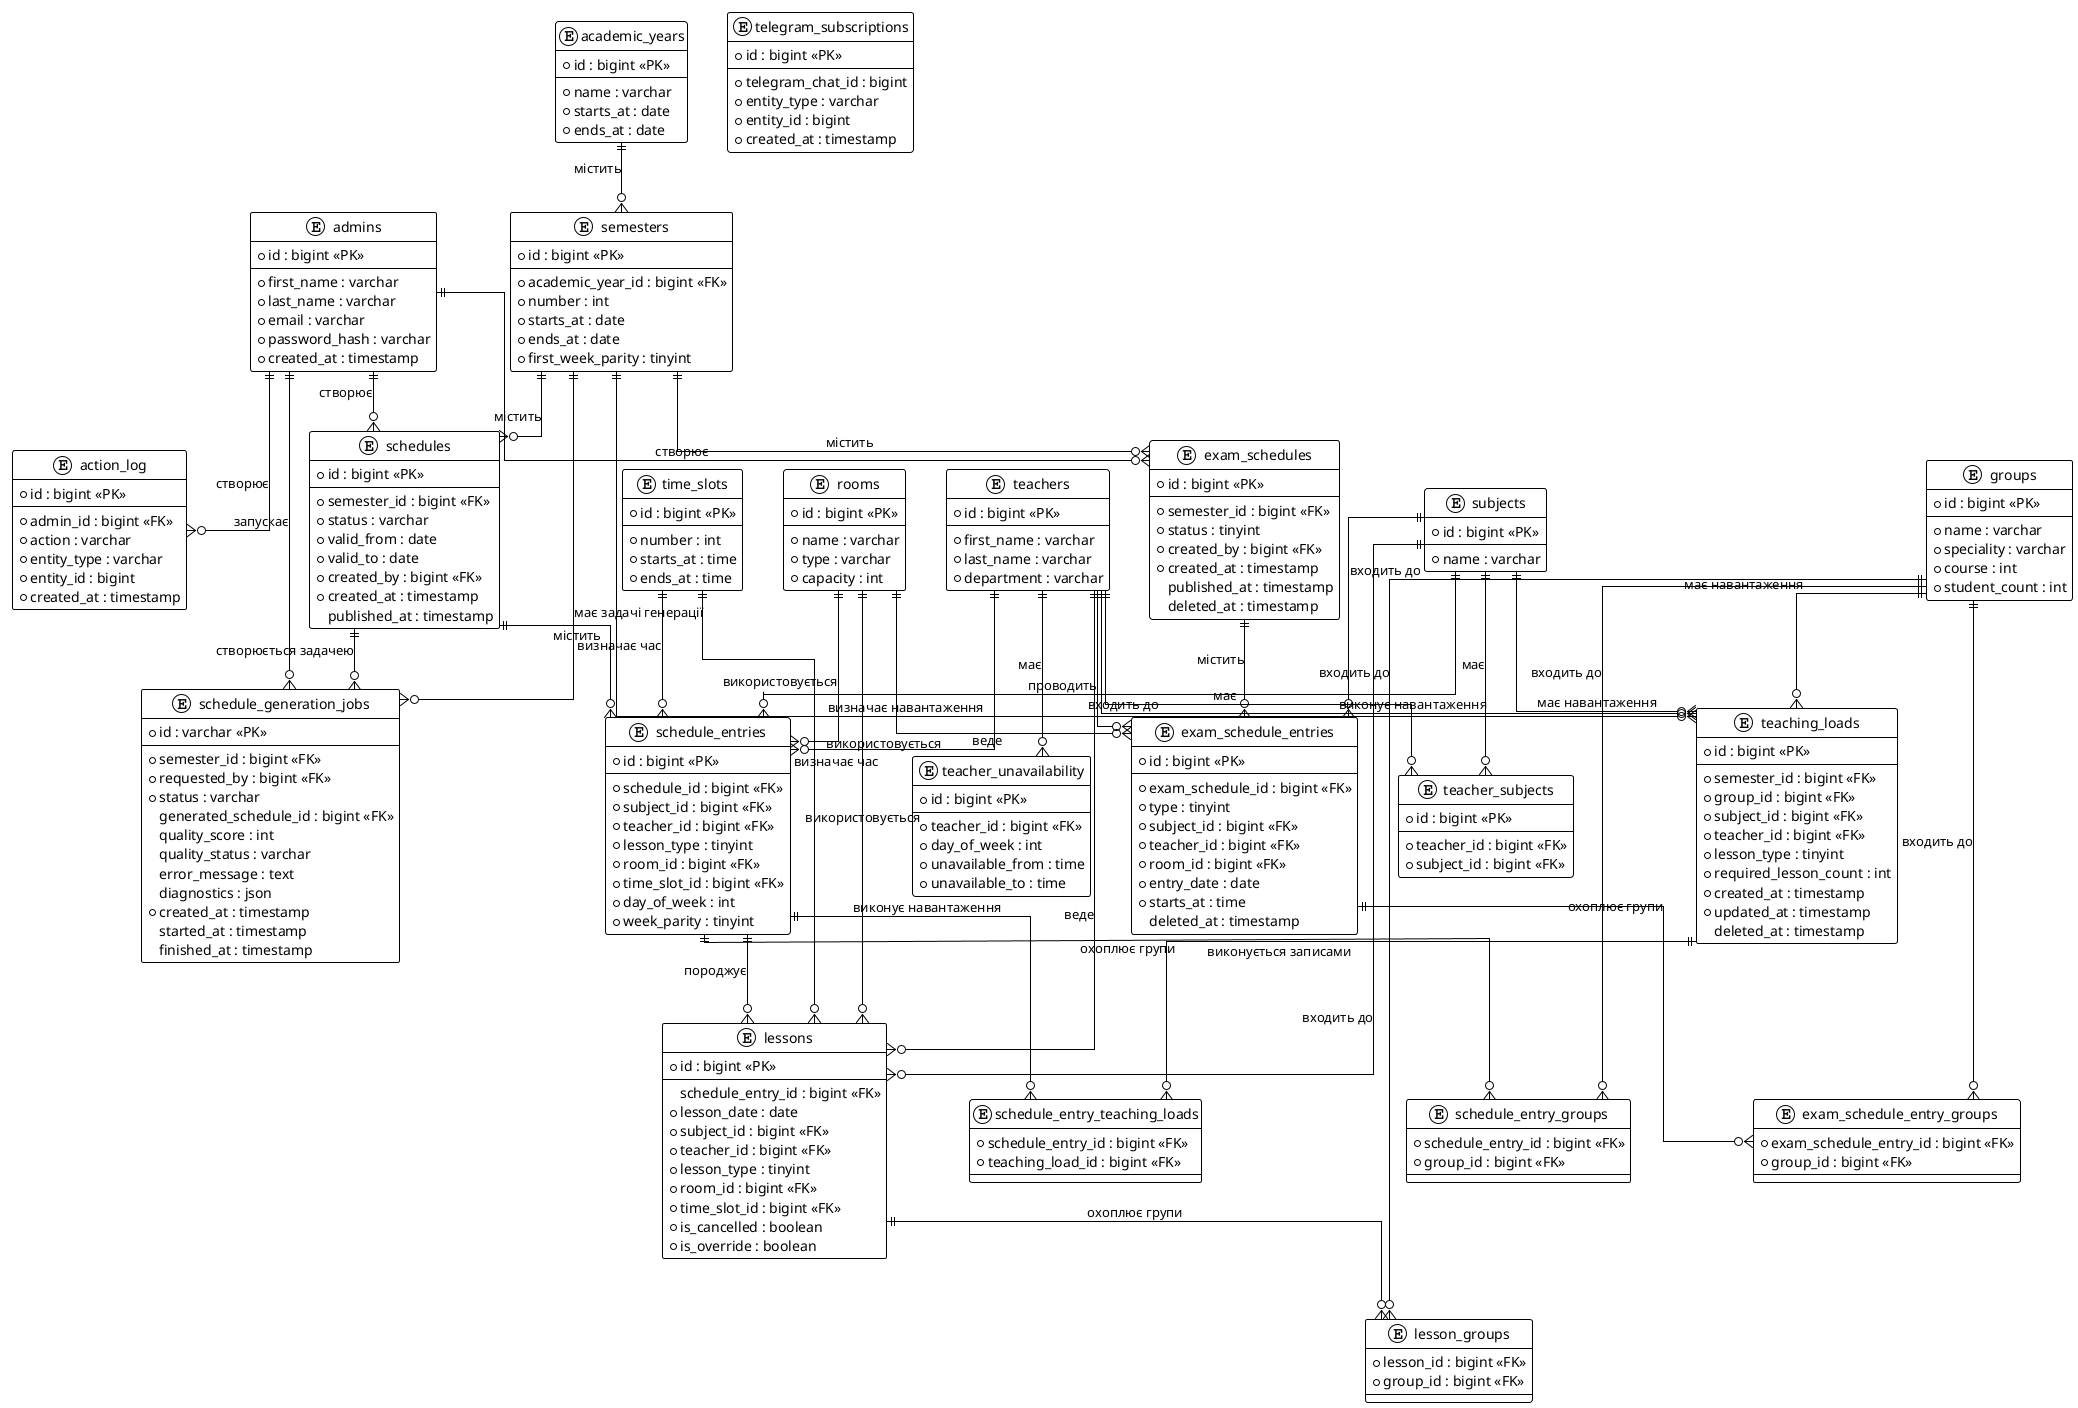
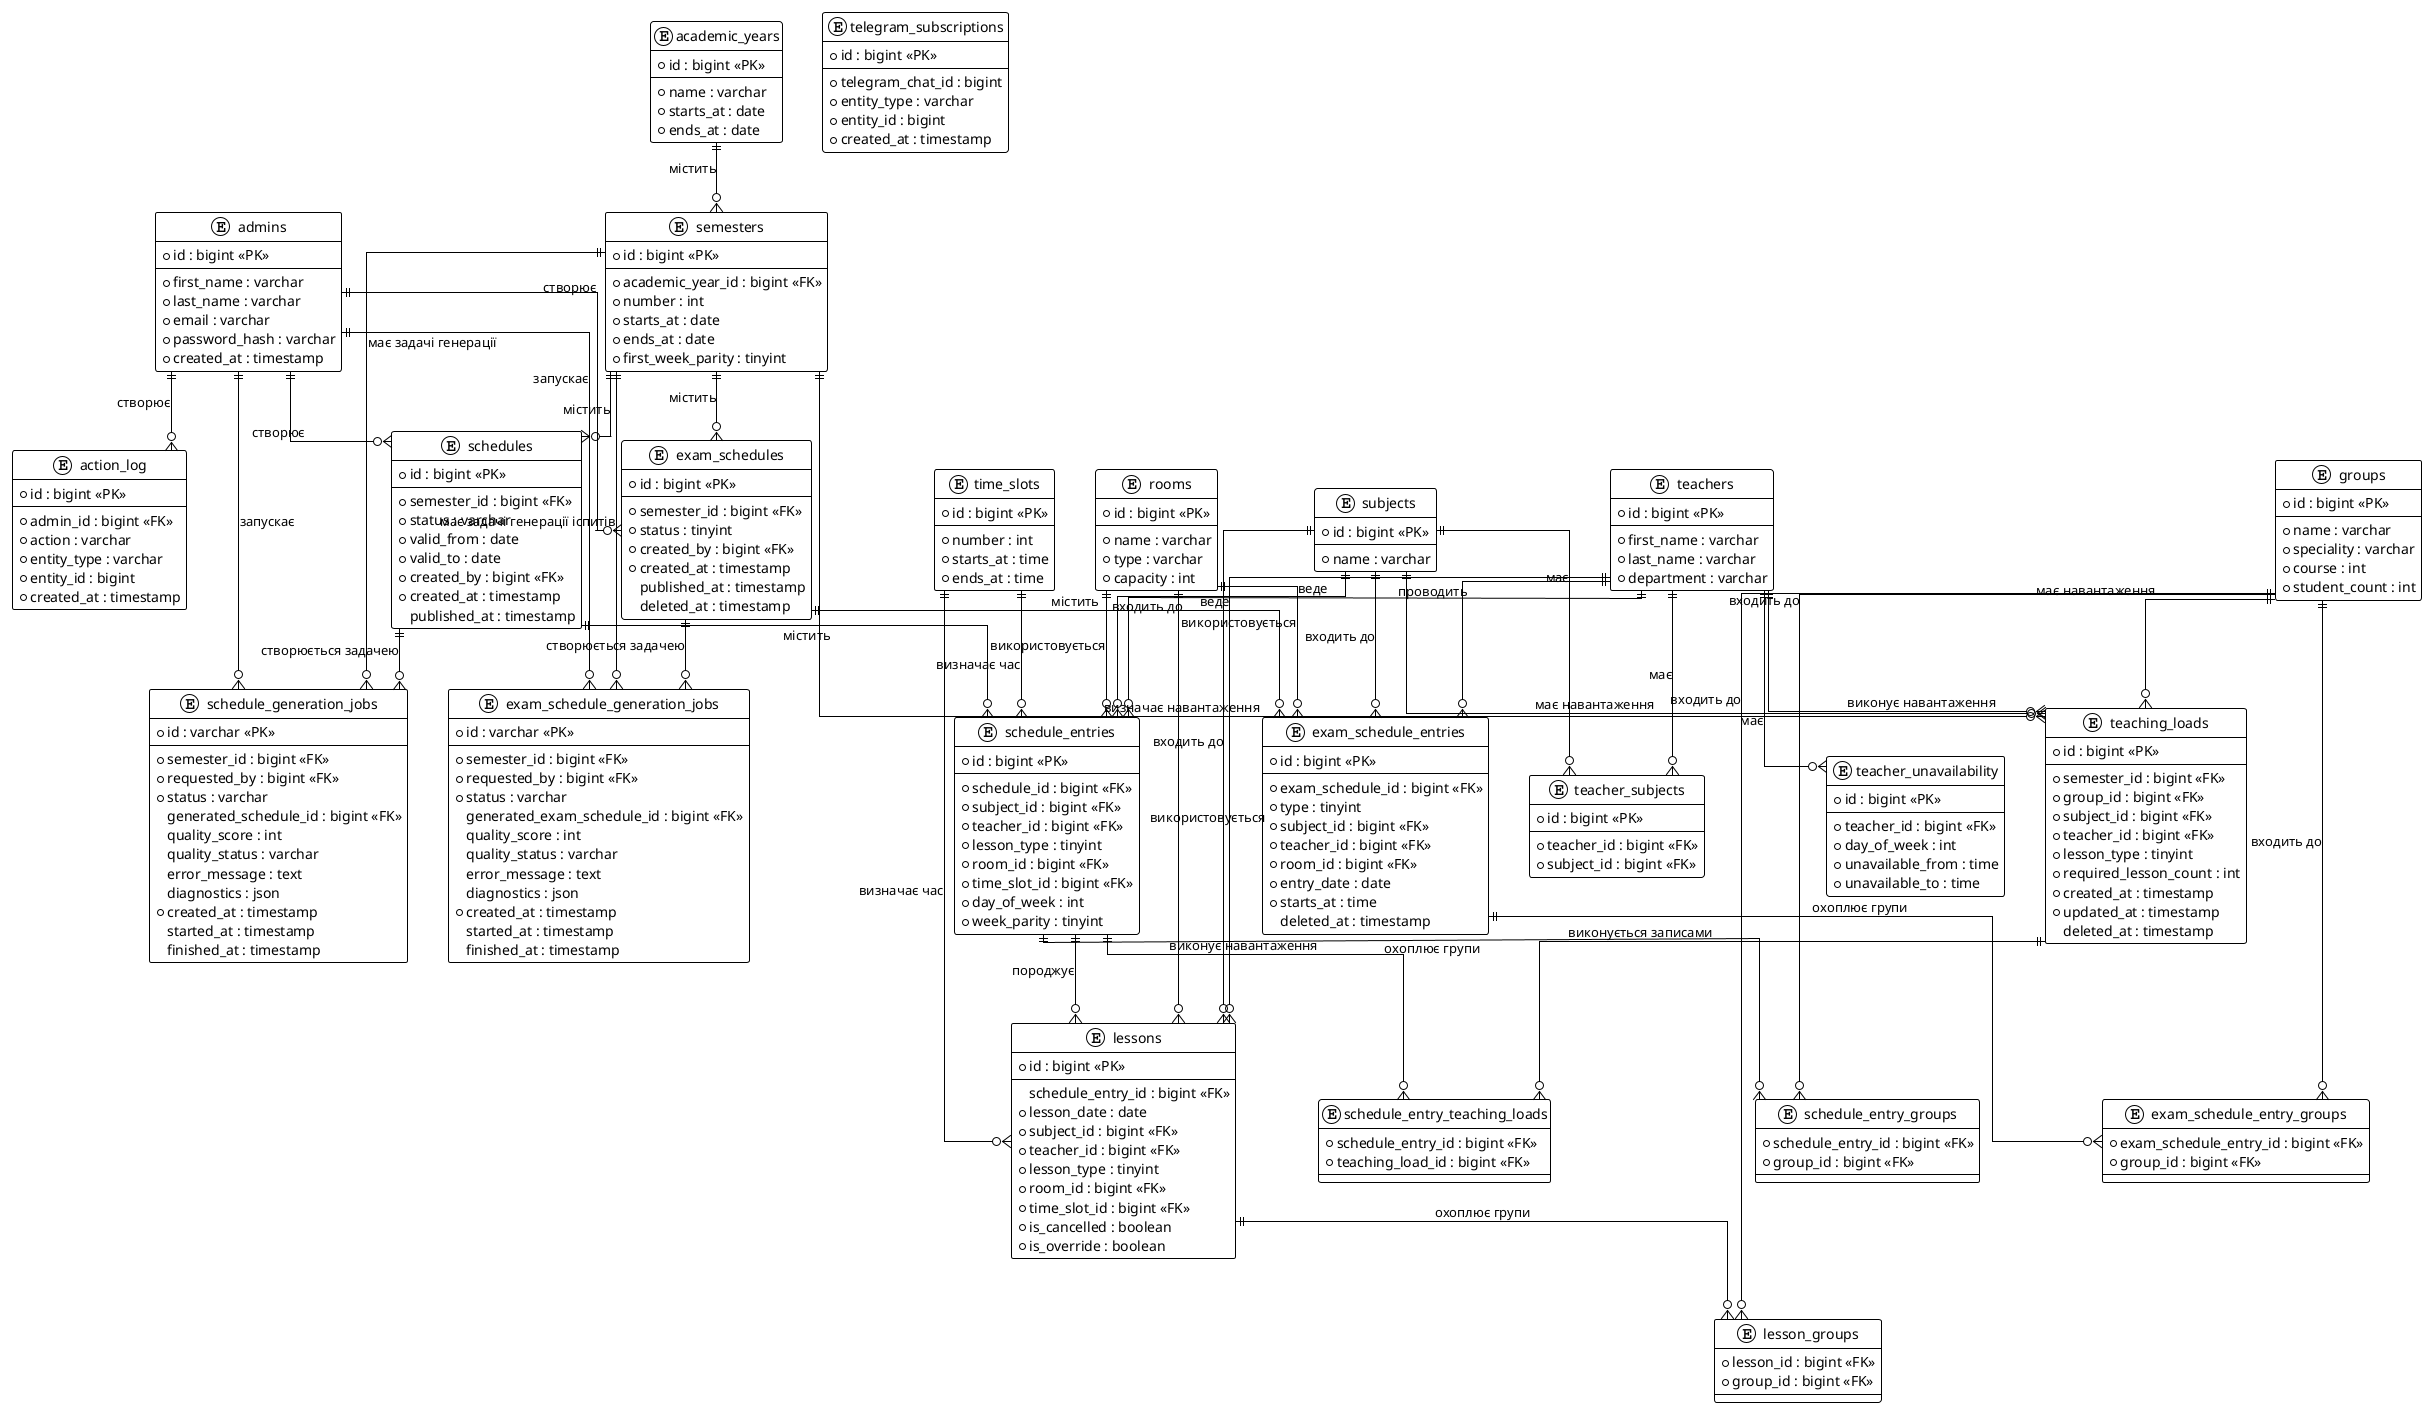
@startuml
!theme plain
skinparam linetype ortho
skinparam ranksep 60
skinparam nodesep 40

entity admins {
  * id : bigint <<PK>>
  --
  * first_name : varchar
  * last_name : varchar
  * email : varchar
  * password_hash : varchar
  * created_at : timestamp
}

entity telegram_subscriptions {
  * id : bigint <<PK>>
  --
  * telegram_chat_id : bigint
  * entity_type : varchar
  * entity_id : bigint
  * created_at : timestamp
}

entity academic_years {
  * id : bigint <<PK>>
  --
  * name : varchar
  * starts_at : date
  * ends_at : date
}

entity semesters {
  * id : bigint <<PK>>
  --
  * academic_year_id : bigint <<FK>>
  * number : int
  * starts_at : date
  * ends_at : date
  * first_week_parity : tinyint
}

entity groups {
  * id : bigint <<PK>>
  --
  * name : varchar
  * speciality : varchar
  * course : int
  * student_count : int
}

entity teachers {
  * id : bigint <<PK>>
  --
  * first_name : varchar
  * last_name : varchar
  * department : varchar
}

entity teacher_unavailability {
  * id : bigint <<PK>>
  --
  * teacher_id : bigint <<FK>>
  * day_of_week : int
  * unavailable_from : time
  * unavailable_to : time
}

entity subjects {
  * id : bigint <<PK>>
  --
  * name : varchar
}

entity teacher_subjects {
  * id : bigint <<PK>>
  --
  * teacher_id : bigint <<FK>>
  * subject_id : bigint <<FK>>
}

entity teaching_loads {
  * id : bigint <<PK>>
  --
  * semester_id : bigint <<FK>>
  * group_id : bigint <<FK>>
  * subject_id : bigint <<FK>>
  * teacher_id : bigint <<FK>>
  * lesson_type : tinyint
  * required_lesson_count : int
  * created_at : timestamp
  * updated_at : timestamp
  deleted_at : timestamp
}

entity rooms {
  * id : bigint <<PK>>
  --
  * name : varchar
  * type : varchar
  * capacity : int
}

entity time_slots {
  * id : bigint <<PK>>
  --
  * number : int
  * starts_at : time
  * ends_at : time
}

entity schedules {
  * id : bigint <<PK>>
  --
  * semester_id : bigint <<FK>>
  * status : varchar
  * valid_from : date
  * valid_to : date
  * created_by : bigint <<FK>>
  * created_at : timestamp
  published_at : timestamp
}

entity schedule_generation_jobs {
  * id : varchar <<PK>>
  --
  * semester_id : bigint <<FK>>
  * requested_by : bigint <<FK>>
  * status : varchar
  generated_schedule_id : bigint <<FK>>
  quality_score : int
  quality_status : varchar
  error_message : text
  diagnostics : json
  * created_at : timestamp
  started_at : timestamp
  finished_at : timestamp
}

+ entity exam_schedule_generation_jobs {
+   * id : varchar <<PK>>
+   --
+   * semester_id : bigint <<FK>>
+   * requested_by : bigint <<FK>>
+   * status : varchar
+   generated_exam_schedule_id : bigint <<FK>>
+   quality_score : int
+   quality_status : varchar
+   error_message : text
+   diagnostics : json
+   * created_at : timestamp
+   started_at : timestamp
+   finished_at : timestamp
+ }
+ 
entity schedule_entries {
  * id : bigint <<PK>>
  --
  * schedule_id : bigint <<FK>>
  * subject_id : bigint <<FK>>
  * teacher_id : bigint <<FK>>
  * lesson_type : tinyint
  * room_id : bigint <<FK>>
  * time_slot_id : bigint <<FK>>
  * day_of_week : int
  * week_parity : tinyint
}

entity schedule_entry_groups {
  * schedule_entry_id : bigint <<FK>>
  * group_id : bigint <<FK>>
}

entity schedule_entry_teaching_loads {
  * schedule_entry_id : bigint <<FK>>
  * teaching_load_id : bigint <<FK>>
}

entity lessons {
  * id : bigint <<PK>>
  --
  schedule_entry_id : bigint <<FK>>
  * lesson_date : date
  * subject_id : bigint <<FK>>
  * teacher_id : bigint <<FK>>
  * lesson_type : tinyint
  * room_id : bigint <<FK>>
  * time_slot_id : bigint <<FK>>
  * is_cancelled : boolean
  * is_override : boolean
}

entity lesson_groups {
  * lesson_id : bigint <<FK>>
  * group_id : bigint <<FK>>
}

entity exam_schedules {
  * id : bigint <<PK>>
  --
  * semester_id : bigint <<FK>>
  * status : tinyint
  * created_by : bigint <<FK>>
  * created_at : timestamp
  published_at : timestamp
  deleted_at : timestamp
}

entity exam_schedule_entries {
  * id : bigint <<PK>>
  --
  * exam_schedule_id : bigint <<FK>>
  * type : tinyint
  * subject_id : bigint <<FK>>
  * teacher_id : bigint <<FK>>
  * room_id : bigint <<FK>>
  * entry_date : date
  * starts_at : time
  deleted_at : timestamp
}

entity exam_schedule_entry_groups {
  * exam_schedule_entry_id : bigint <<FK>>
  * group_id : bigint <<FK>>
}

entity action_log {
  * id : bigint <<PK>>
  --
  * admin_id : bigint <<FK>>
  * action : varchar
  * entity_type : varchar
  * entity_id : bigint
  * created_at : timestamp
}

admins ||--o{ action_log : "створює"
admins ||--o{ exam_schedules : "створює"
admins ||--o{ schedules : "створює"
admins ||--o{ schedule_generation_jobs : "запускає"
+ admins ||--o{ exam_schedule_generation_jobs : "запускає"

academic_years ||--o{ semesters : "містить"

semesters ||--o{ schedules : "містить"
semesters ||--o{ exam_schedules : "містить"
semesters ||--o{ teaching_loads : "визначає навантаження"
semesters ||--o{ schedule_generation_jobs : "має задачі генерації"
+ semesters ||--o{ exam_schedule_generation_jobs : "має задачі генерації іспитів"

schedules ||--o{ schedule_entries : "містить"
schedules ||--o{ schedule_generation_jobs : "створюється задачею"

teachers ||--o{ teacher_unavailability : "має"
teachers ||--o{ teacher_subjects : "має"
teachers ||--o{ teaching_loads : "виконує навантаження"
teachers ||--o{ schedule_entries : "веде"
teachers ||--o{ lessons : "веде"
teachers ||--o{ exam_schedule_entries : "проводить"

subjects ||--o{ teacher_subjects : "має"
subjects ||--o{ teaching_loads : "має навантаження"
subjects ||--o{ schedule_entries : "входить до"
subjects ||--o{ lessons : "входить до"
subjects ||--o{ exam_schedule_entries : "входить до"

rooms ||--o{ schedule_entries : "використовується"
rooms ||--o{ lessons : "використовується"
rooms ||--o{ exam_schedule_entries : "використовується"

time_slots ||--o{ schedule_entries : "визначає час"
time_slots ||--o{ lessons : "визначає час"

schedule_entries ||--o{ schedule_entry_groups : "охоплює групи"
schedule_entries ||--o{ schedule_entry_teaching_loads : "виконує навантаження"
schedule_entries ||--o{ lessons : "породжує"

teaching_loads ||--o{ schedule_entry_teaching_loads : "виконується записами"

lessons ||--o{ lesson_groups : "охоплює групи"

groups ||--o{ schedule_entry_groups : "входить до"
groups ||--o{ lesson_groups : "входить до"
groups ||--o{ exam_schedule_entry_groups : "входить до"
groups ||--o{ teaching_loads : "має навантаження"

exam_schedules ||--o{ exam_schedule_entries : "містить"
+ exam_schedules ||--o{ exam_schedule_generation_jobs : "створюється задачею"
exam_schedule_entries ||--o{ exam_schedule_entry_groups : "охоплює групи"

@enduml
